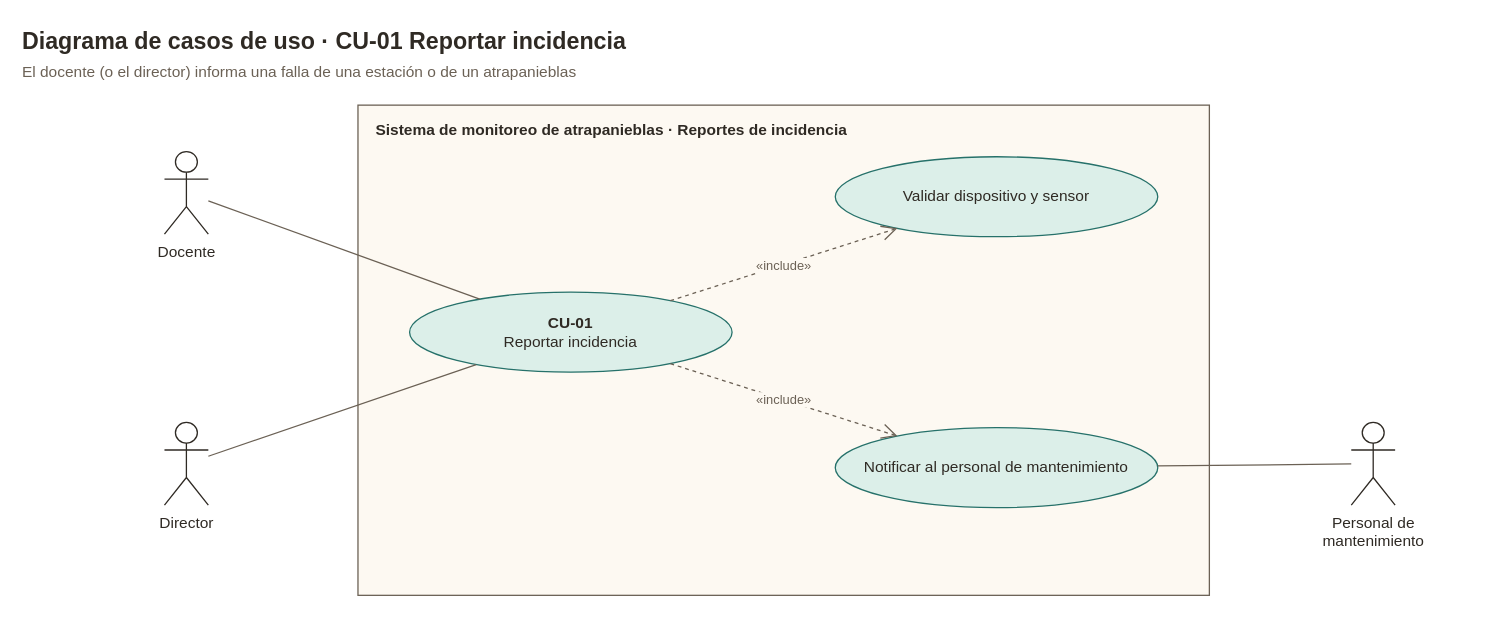
Earlier version of the draw.io diagram page "CU-01 · Casos de uso" (1 of 22) of docs/diagramas/procesos.drawio (ruper932/integrador). Source tidied: cells renumbered, new cells numbered last; positions are measured from the earlier drawing's top-left corner, leaving out a move shared by most shapes. Both pictures are drawn from the tidied source at 129%, with x=0, y=0 at pixel (22, 22).
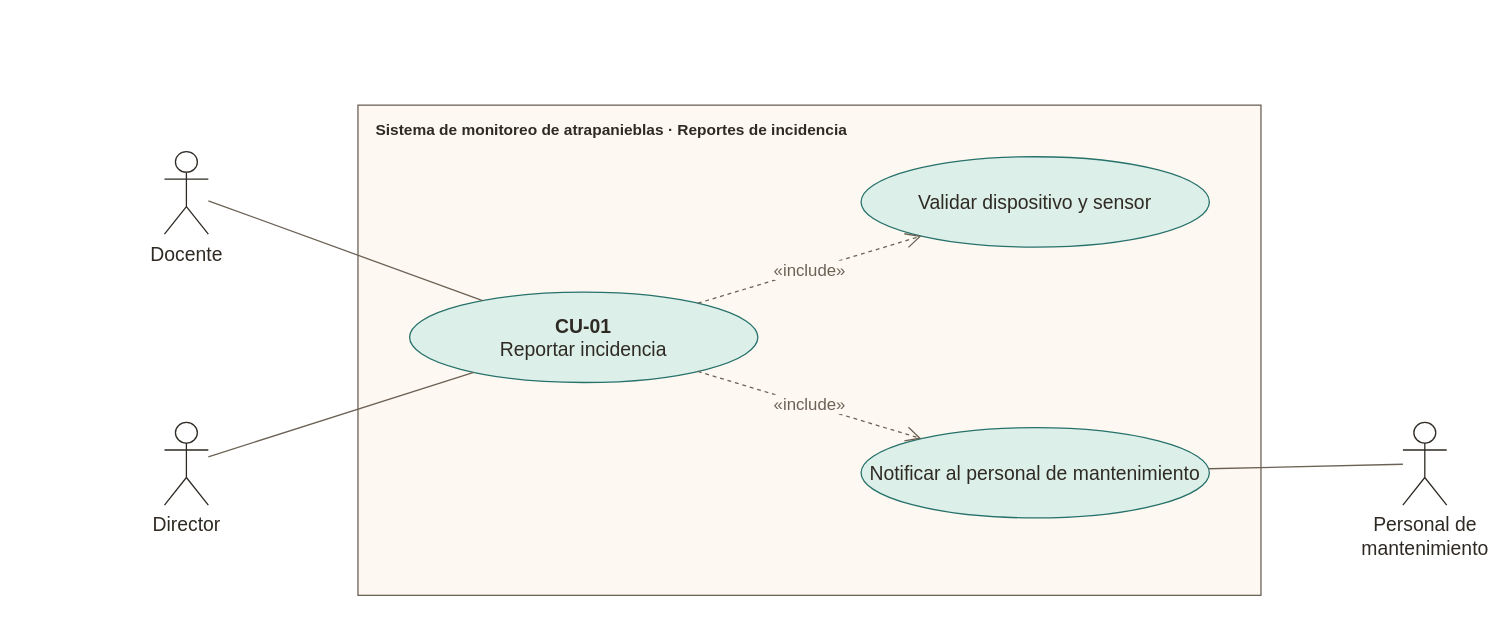
The same diagram, later.

Change to the diagram source:
```diff
@@
 <mxGraphModel background="#ffffff">
   <root>
     <mxCell id="0" />
     <mxCell id="1" parent="0" />
-    <mxCell id="2" value="&lt;b&gt;Diagrama de casos de uso · CU-01 Reportar incidencia&lt;/b&gt;&lt;br&gt;&lt;span style=&quot;font-size:12px;color:#6b6155&quot;&gt;El docente (o el director) informa una falla de una estación o de un atrapanieblas&lt;/span&gt;" style="text;html=1;align=left;verticalAlign=top;spacing=0;whiteSpace=wrap;fontFamily=Helvetica;fontSize=12;fontColor=#2f2a24;fontSize=18;" parent="1" vertex="1">
-      <mxGeometry width="1000" height="50" as="geometry" />
+    <mxCell id="2" value="&lt;b&gt;Sistema de monitoreo de atrapanieblas · Reportes de incidencia&lt;/b&gt;" style="rounded=0;whiteSpace=wrap;html=1;verticalAlign=top;align=left;spacingLeft=12;spacingTop=6;fillColor=#fdf9f2;strokeColor=#6b6155;fontFamily=Helvetica;fontSize=12;fontColor=#2f2a24;" parent="1" vertex="1">
+      <mxGeometry x="260" y="64" width="700" height="380" as="geometry" />
     </mxCell>
-    <mxCell id="3" value="&lt;b&gt;Sistema de monitoreo de atrapanieblas · Reportes de incidencia&lt;/b&gt;" style="rounded=0;whiteSpace=wrap;html=1;verticalAlign=top;align=left;spacingLeft=12;spacingTop=6;fillColor=#fdf9f2;strokeColor=#6b6155;fontFamily=Helvetica;fontSize=12;fontColor=#2f2a24;" parent="1" vertex="1">
-      <mxGeometry x="260" y="64" width="660" height="380" as="geometry" />
+    <mxCell id="3" value="&lt;b&gt;CU-01&lt;/b&gt;&lt;br&gt;Reportar incidencia" style="ellipse;whiteSpace=wrap;html=1;fillColor=#dcefe9;strokeColor=#26716a;fontFamily=Helvetica;fontSize=12;fontColor=#2f2a24;fontSize=15;" parent="1" vertex="1">
+      <mxGeometry x="300" y="209" width="270" height="70" as="geometry" />
     </mxCell>
-    <mxCell id="4" value="&lt;b&gt;CU-01&lt;/b&gt;&lt;br&gt;Reportar incidencia" style="ellipse;whiteSpace=wrap;html=1;fillColor=#dcefe9;strokeColor=#26716a;fontFamily=Helvetica;fontSize=12;fontColor=#2f2a24;" parent="1" vertex="1">
-      <mxGeometry x="300" y="209" width="250" height="62" as="geometry" />
+    <mxCell id="4" value="Validar dispositivo y sensor" style="ellipse;whiteSpace=wrap;html=1;fillColor=#dcefe9;strokeColor=#26716a;fontFamily=Helvetica;fontSize=12;fontColor=#2f2a24;fontSize=15;" parent="1" vertex="1">
+      <mxGeometry x="650" y="104" width="270" height="70" as="geometry" />
     </mxCell>
-    <mxCell id="5" value="Validar dispositivo y sensor" style="ellipse;whiteSpace=wrap;html=1;fillColor=#dcefe9;strokeColor=#26716a;fontFamily=Helvetica;fontSize=12;fontColor=#2f2a24;" parent="1" vertex="1">
-      <mxGeometry x="630" y="104" width="250" height="62" as="geometry" />
+    <mxCell id="5" value="Notificar al personal de mantenimiento" style="ellipse;whiteSpace=wrap;html=1;fillColor=#dcefe9;strokeColor=#26716a;fontFamily=Helvetica;fontSize=12;fontColor=#2f2a24;fontSize=15;" parent="1" vertex="1">
+      <mxGeometry x="650" y="314" width="270" height="70" as="geometry" />
     </mxCell>
-    <mxCell id="6" value="Notificar al personal de mantenimiento" style="ellipse;whiteSpace=wrap;html=1;fillColor=#dcefe9;strokeColor=#26716a;fontFamily=Helvetica;fontSize=12;fontColor=#2f2a24;" parent="1" vertex="1">
-      <mxGeometry x="630" y="314" width="250" height="62" as="geometry" />
+    <mxCell id="6" value="Docente" style="shape=umlActor;verticalLabelPosition=bottom;verticalAlign=top;html=1;outlineConnect=0;strokeColor=#2f2a24;fillColor=#ffffff;fontFamily=Helvetica;fontSize=12;fontColor=#2f2a24;fontSize=15;" parent="1" vertex="1">
+      <mxGeometry x="110" y="100" width="34" height="64" as="geometry" />
     </mxCell>
-    <mxCell id="7" value="Docente" style="shape=umlActor;verticalLabelPosition=bottom;verticalAlign=top;html=1;outlineConnect=0;strokeColor=#2f2a24;fillColor=#ffffff;fontFamily=Helvetica;fontSize=12;fontColor=#2f2a24;" parent="1" vertex="1">
-      <mxGeometry x="110" y="100" width="34" height="64" as="geometry" />
+    <mxCell id="7" value="Director" style="shape=umlActor;verticalLabelPosition=bottom;verticalAlign=top;html=1;outlineConnect=0;strokeColor=#2f2a24;fillColor=#ffffff;fontFamily=Helvetica;fontSize=12;fontColor=#2f2a24;fontSize=15;" parent="1" vertex="1">
+      <mxGeometry x="110" y="310" width="34" height="64" as="geometry" />
     </mxCell>
-    <mxCell id="8" value="Director" style="shape=umlActor;verticalLabelPosition=bottom;verticalAlign=top;html=1;outlineConnect=0;strokeColor=#2f2a24;fillColor=#ffffff;fontFamily=Helvetica;fontSize=12;fontColor=#2f2a24;" parent="1" vertex="1">
-      <mxGeometry x="110" y="310" width="34" height="64" as="geometry" />
+    <mxCell id="8" value="Personal de&lt;br&gt;mantenimiento" style="shape=umlActor;verticalLabelPosition=bottom;verticalAlign=top;html=1;outlineConnect=0;strokeColor=#2f2a24;fillColor=#ffffff;fontFamily=Helvetica;fontSize=12;fontColor=#2f2a24;fontSize=15;" parent="1" vertex="1">
+      <mxGeometry x="1070" y="310" width="34" height="64" as="geometry" />
     </mxCell>
-    <mxCell id="9" value="Personal de&lt;br&gt;mantenimiento" style="shape=umlActor;verticalLabelPosition=bottom;verticalAlign=top;html=1;outlineConnect=0;strokeColor=#2f2a24;fillColor=#ffffff;fontFamily=Helvetica;fontSize=12;fontColor=#2f2a24;" parent="1" vertex="1">
-      <mxGeometry x="1030" y="310" width="34" height="64" as="geometry" />
-    </mxCell>
+    <mxCell id="15" style="html=1;endArrow=none;strokeColor=#6b6155;" parent="1" edge="1" source="6" target="3">
+      <mxGeometry relative="1" as="geometry" />
+    </mxCell>
-    <mxCell id="10" style="html=1;endArrow=none;strokeColor=#6b6155;" parent="1" edge="1" source="7" target="4">
+    <mxCell id="10" style="html=1;endArrow=none;strokeColor=#6b6155;" parent="1" edge="1" source="7" target="3">
       <mxGeometry relative="1" as="geometry" />
     </mxCell>
-    <mxCell id="11" style="html=1;endArrow=none;strokeColor=#6b6155;" parent="1" edge="1" source="8" target="4">
+    <mxCell id="11" style="html=1;endArrow=none;strokeColor=#6b6155;" parent="1" edge="1" source="8" target="5">
       <mxGeometry relative="1" as="geometry" />
     </mxCell>
-    <mxCell id="12" style="html=1;endArrow=none;strokeColor=#6b6155;" parent="1" edge="1" source="9" target="6">
+    <mxCell id="12" value="«include»" style="html=1;dashed=1;endArrow=open;endSize=10;strokeColor=#6b6155;fontFamily=Helvetica;fontSize=12;fontColor=#2f2a24;fontSize=13;fontColor=#6b6155;labelBackgroundColor=#fdf9f2;" parent="1" edge="1" source="3" target="4">
       <mxGeometry relative="1" as="geometry" />
     </mxCell>
-    <mxCell id="13" value="«include»" style="html=1;dashed=1;endArrow=open;endSize=10;strokeColor=#6b6155;fontFamily=Helvetica;fontSize=12;fontColor=#2f2a24;fontSize=10;fontColor=#6b6155;labelBackgroundColor=#fdf9f2;" parent="1" edge="1" source="4" target="5">
+    <mxCell id="13" value="«include»" style="html=1;dashed=1;endArrow=open;endSize=10;strokeColor=#6b6155;fontFamily=Helvetica;fontSize=12;fontColor=#2f2a24;fontSize=13;fontColor=#6b6155;labelBackgroundColor=#fdf9f2;" parent="1" edge="1" source="3" target="5">
       <mxGeometry relative="1" as="geometry" />
     </mxCell>
-    <mxCell id="14" value="«include»" style="html=1;dashed=1;endArrow=open;endSize=10;strokeColor=#6b6155;fontFamily=Helvetica;fontSize=12;fontColor=#2f2a24;fontSize=10;fontColor=#6b6155;labelBackgroundColor=#fdf9f2;" parent="1" edge="1" source="4" target="6">
-      <mxGeometry relative="1" as="geometry" />
-    </mxCell>
   </root>
 </mxGraphModel>
```
